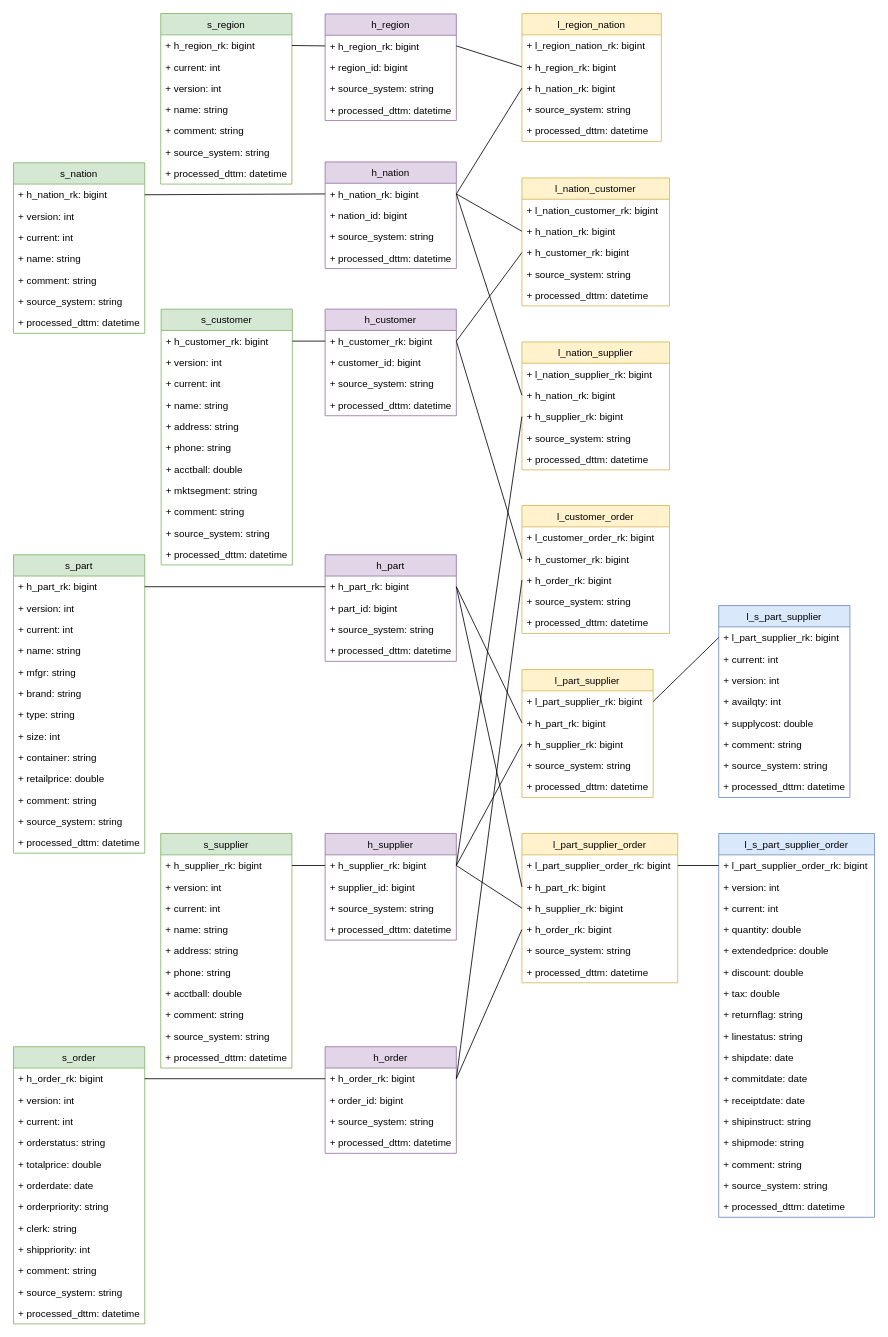
This is DZ1/Untitled Diagram.drawio from DMfananddu/DWH, a draw.io file, before an edit. Source tidied: cells renumbered, new cells numbered last; positions are measured from the earlier drawing's top-left corner, leaving out a move shared by most shapes. Both pictures are drawn from the tidied source at 82%, with x=0, y=0 at pixel (13, 13).
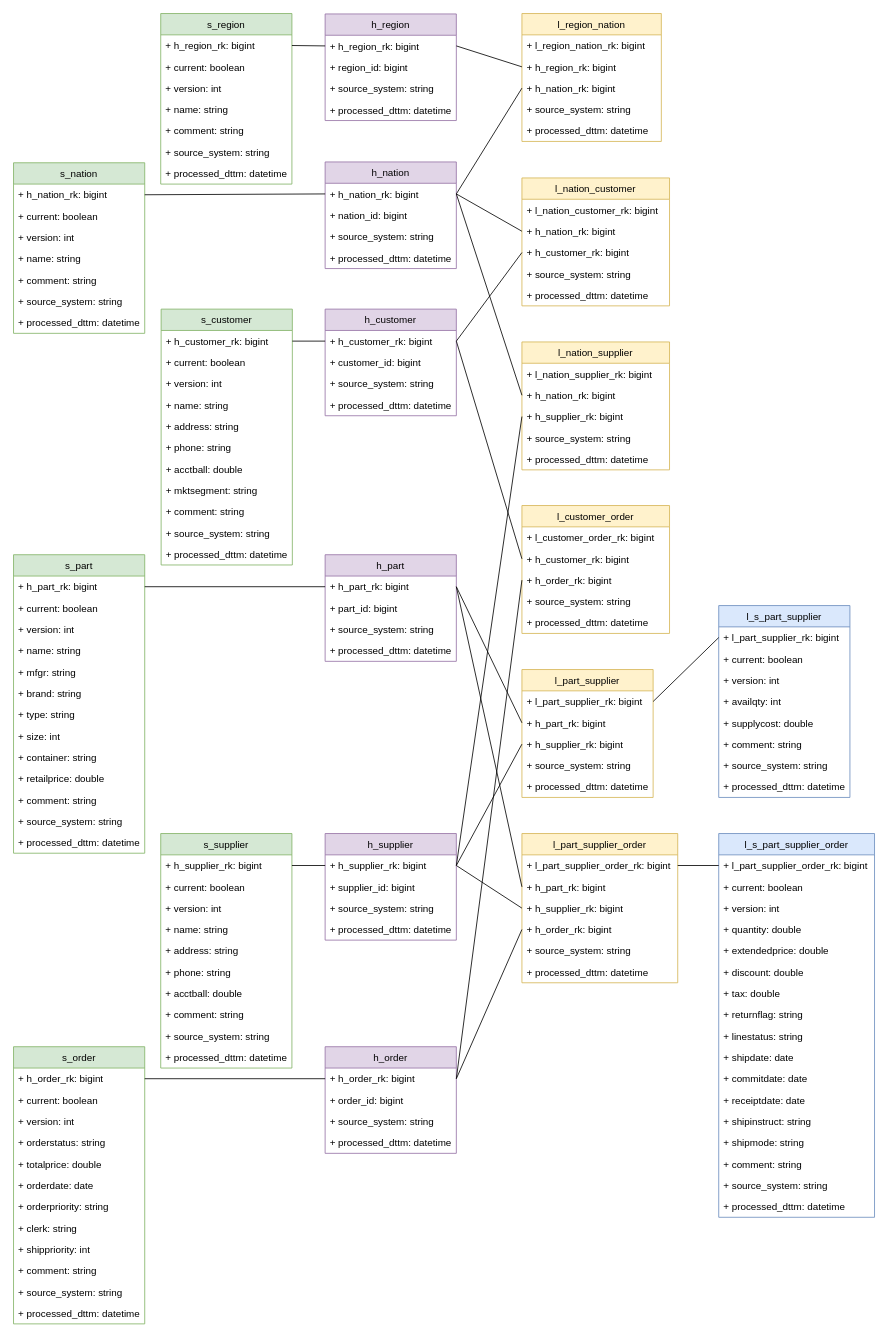
The same page after the edit.

Unchanged cells that the change refers to:
```xml
<mxCell id="7" value="s_region" style="swimlane;fontStyle=0;horizontal=1;startSize=26;fillColor=#d5e8d4;strokeColor=#82b366;" parent="1" vertex="1">
  <mxGeometry x="179.5" width="160" height="208" as="geometry" />
</mxCell>
<mxCell id="91" value="s_nation" style="swimlane;fontStyle=0;horizontal=1;startSize=26;fillColor=#d5e8d4;strokeColor=#82b366;" parent="1" vertex="1">
  <mxGeometry y="182" width="160" height="208" as="geometry" />
</mxCell>
<mxCell id="100" value="s_customer" style="swimlane;fontStyle=0;horizontal=1;startSize=26;fillColor=#d5e8d4;strokeColor=#82b366;" parent="1" vertex="1">
  <mxGeometry x="180" y="360.5" width="160" height="312" as="geometry" />
</mxCell>
<mxCell id="113" value="s_part" style="swimlane;fontStyle=0;horizontal=1;startSize=26;fillColor=#d5e8d4;strokeColor=#82b366;" parent="1" vertex="1">
  <mxGeometry y="660" width="160" height="364" as="geometry" />
</mxCell>
<mxCell id="128" value="s_supplier" style="swimlane;fontStyle=0;horizontal=1;startSize=26;fillColor=#d5e8d4;strokeColor=#82b366;" parent="1" vertex="1">
  <mxGeometry x="179.5" y="1000" width="160" height="286" as="geometry" />
</mxCell>
<mxCell id="139" value="s_order" style="swimlane;fontStyle=0;horizontal=1;startSize=26;fillColor=#d5e8d4;strokeColor=#82b366;" parent="1" vertex="1">
  <mxGeometry y="1260" width="160" height="338" as="geometry" />
</mxCell>
<mxCell id="154" value="l_s_part_supplier" style="swimlane;fontStyle=0;horizontal=1;startSize=26;fillColor=#dae8fc;strokeColor=#6c8ebf;" parent="1" vertex="1">
  <mxGeometry x="860" y="722" width="160" height="234" as="geometry" />
</mxCell>
<mxCell id="163" value="l_s_part_supplier_order" style="swimlane;fontStyle=0;horizontal=1;startSize=26;fillColor=#dae8fc;strokeColor=#6c8ebf;" parent="1" vertex="1">
  <mxGeometry x="860" y="1000" width="190" height="468" as="geometry" />
</mxCell>
```

What changed in the source:
```diff
@@
-    <mxCell id="9" value="+ current: int" style="text;strokeColor=none;fillColor=none;align=left;verticalAlign=top;spacingLeft=4;spacingRight=4;overflow=hidden;" parent="7" vertex="1">
+    <mxCell id="9" value="+ current: boolean" style="text;strokeColor=none;fillColor=none;align=left;verticalAlign=top;spacingLeft=4;spacingRight=4;overflow=hidden;" parent="7" vertex="1">
       <mxGeometry y="52" width="160" height="26" as="geometry" />
     </mxCell>
@@
+    <mxCell id="94" value="+ current: boolean" style="text;strokeColor=none;fillColor=none;align=left;verticalAlign=top;spacingLeft=4;spacingRight=4;overflow=hidden;" parent="91" vertex="1">
+      <mxGeometry y="52" width="160" height="26" as="geometry" />
+    </mxCell>
     <mxCell id="93" value="+ version: int" style="text;strokeColor=none;fillColor=none;align=left;verticalAlign=top;spacingLeft=4;spacingRight=4;overflow=hidden;" parent="91" vertex="1">
-      <mxGeometry y="52" width="160" height="26" as="geometry" />
+      <mxGeometry y="78" width="160" height="26" as="geometry" />
     </mxCell>
-    <mxCell id="94" value="+ current: int" style="text;strokeColor=none;fillColor=none;align=left;verticalAlign=top;spacingLeft=4;spacingRight=4;overflow=hidden;" parent="91" vertex="1">
-      <mxGeometry y="78" width="160" height="26" as="geometry" />
-    </mxCell>
@@
+    <mxCell id="103" value="+ current: boolean" style="text;strokeColor=none;fillColor=none;align=left;verticalAlign=top;spacingLeft=4;spacingRight=4;overflow=hidden;" parent="100" vertex="1">
+      <mxGeometry y="52" width="160" height="26" as="geometry" />
+    </mxCell>
     <mxCell id="102" value="+ version: int" style="text;strokeColor=none;fillColor=none;align=left;verticalAlign=top;spacingLeft=4;spacingRight=4;overflow=hidden;" parent="100" vertex="1">
-      <mxGeometry y="52" width="160" height="26" as="geometry" />
+      <mxGeometry y="78" width="160" height="26" as="geometry" />
     </mxCell>
-    <mxCell id="103" value="+ current: int" style="text;strokeColor=none;fillColor=none;align=left;verticalAlign=top;spacingLeft=4;spacingRight=4;overflow=hidden;" parent="100" vertex="1">
-      <mxGeometry y="78" width="160" height="26" as="geometry" />
-    </mxCell>
@@
+    <mxCell id="116" value="+ current: boolean" style="text;strokeColor=none;fillColor=none;align=left;verticalAlign=top;spacingLeft=4;spacingRight=4;overflow=hidden;" parent="113" vertex="1">
+      <mxGeometry y="52" width="160" height="26" as="geometry" />
+    </mxCell>
     <mxCell id="115" value="+ version: int" style="text;strokeColor=none;fillColor=none;align=left;verticalAlign=top;spacingLeft=4;spacingRight=4;overflow=hidden;" parent="113" vertex="1">
-      <mxGeometry y="52" width="160" height="26" as="geometry" />
+      <mxGeometry y="78" width="160" height="26" as="geometry" />
     </mxCell>
-    <mxCell id="116" value="+ current: int" style="text;strokeColor=none;fillColor=none;align=left;verticalAlign=top;spacingLeft=4;spacingRight=4;overflow=hidden;" parent="113" vertex="1">
-      <mxGeometry y="78" width="160" height="26" as="geometry" />
-    </mxCell>
@@
+    <mxCell id="131" value="+ current: boolean" style="text;strokeColor=none;fillColor=none;align=left;verticalAlign=top;spacingLeft=4;spacingRight=4;overflow=hidden;" parent="128" vertex="1">
+      <mxGeometry y="52" width="160" height="26" as="geometry" />
+    </mxCell>
     <mxCell id="130" value="+ version: int" style="text;strokeColor=none;fillColor=none;align=left;verticalAlign=top;spacingLeft=4;spacingRight=4;overflow=hidden;" parent="128" vertex="1">
-      <mxGeometry y="52" width="160" height="26" as="geometry" />
+      <mxGeometry y="78" width="160" height="26" as="geometry" />
     </mxCell>
-    <mxCell id="131" value="+ current: int" style="text;strokeColor=none;fillColor=none;align=left;verticalAlign=top;spacingLeft=4;spacingRight=4;overflow=hidden;" parent="128" vertex="1">
-      <mxGeometry y="78" width="160" height="26" as="geometry" />
-    </mxCell>
@@
+    <mxCell id="142" value="+ current: boolean" style="text;strokeColor=none;fillColor=none;align=left;verticalAlign=top;spacingLeft=4;spacingRight=4;overflow=hidden;" parent="139" vertex="1">
+      <mxGeometry y="52" width="160" height="26" as="geometry" />
+    </mxCell>
     <mxCell id="141" value="+ version: int" style="text;strokeColor=none;fillColor=none;align=left;verticalAlign=top;spacingLeft=4;spacingRight=4;overflow=hidden;" parent="139" vertex="1">
-      <mxGeometry y="52" width="160" height="26" as="geometry" />
+      <mxGeometry y="78" width="160" height="26" as="geometry" />
     </mxCell>
-    <mxCell id="142" value="+ current: int" style="text;strokeColor=none;fillColor=none;align=left;verticalAlign=top;spacingLeft=4;spacingRight=4;overflow=hidden;" parent="139" vertex="1">
-      <mxGeometry y="78" width="160" height="26" as="geometry" />
-    </mxCell>
@@
-    <mxCell id="156" value="+ current: int" style="text;strokeColor=none;fillColor=none;align=left;verticalAlign=top;spacingLeft=4;spacingRight=4;overflow=hidden;" parent="154" vertex="1">
+    <mxCell id="156" value="+ current: boolean" style="text;strokeColor=none;fillColor=none;align=left;verticalAlign=top;spacingLeft=4;spacingRight=4;overflow=hidden;" parent="154" vertex="1">
       <mxGeometry y="52" width="160" height="26" as="geometry" />
     </mxCell>
@@
+    <mxCell id="166" value="+ current: boolean" style="text;strokeColor=none;fillColor=none;align=left;verticalAlign=top;spacingLeft=4;spacingRight=4;overflow=hidden;" parent="163" vertex="1">
+      <mxGeometry y="52" width="190" height="26" as="geometry" />
+    </mxCell>
     <mxCell id="165" value="+ version: int" style="text;strokeColor=none;fillColor=none;align=left;verticalAlign=top;spacingLeft=4;spacingRight=4;overflow=hidden;" parent="163" vertex="1">
-      <mxGeometry y="52" width="190" height="26" as="geometry" />
+      <mxGeometry y="78" width="190" height="26" as="geometry" />
     </mxCell>
-    <mxCell id="166" value="+ current: int" style="text;strokeColor=none;fillColor=none;align=left;verticalAlign=top;spacingLeft=4;spacingRight=4;overflow=hidden;" parent="163" vertex="1">
-      <mxGeometry y="78" width="190" height="26" as="geometry" />
-    </mxCell>
```
